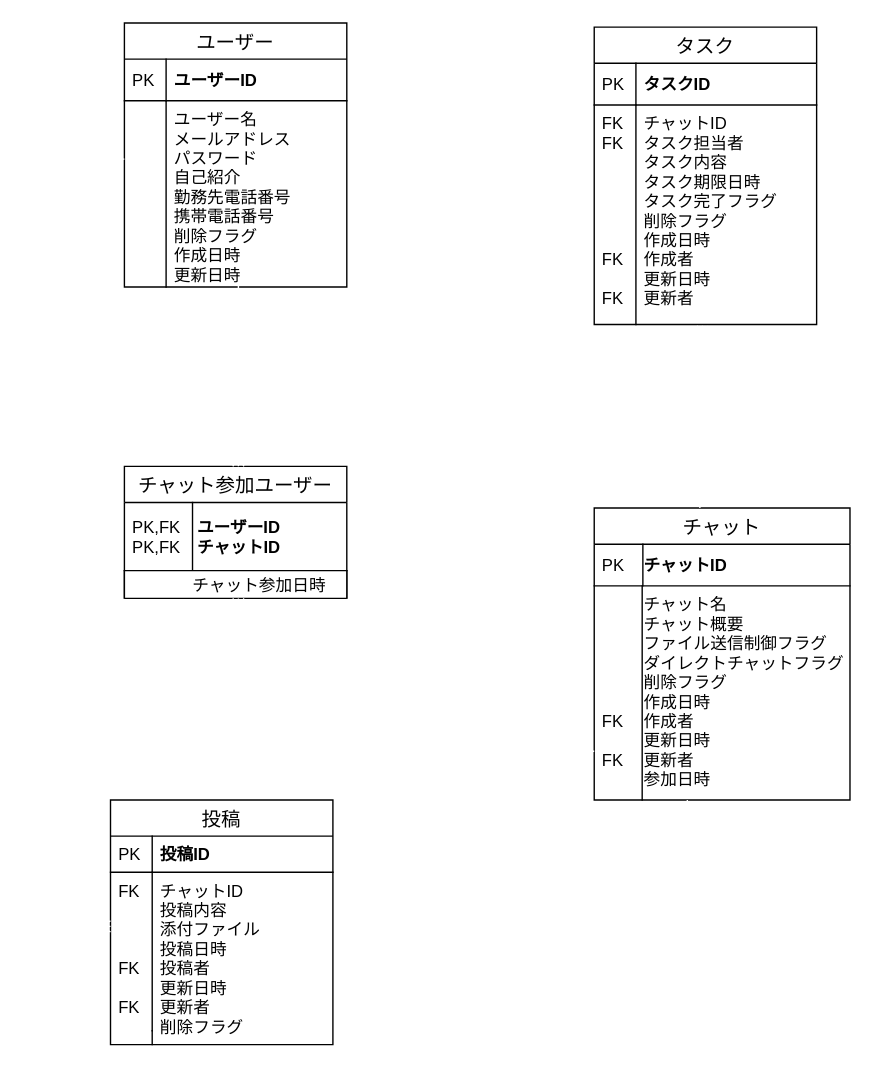
Earlier version of the draw.io diagram db/db-challenge1/db001.drawio (yoyo629/quelcode-db). Source tidied: cells renumbered, new cells numbered last; positions are measured from the earlier drawing's top-left corner, leaving out a move shared by most shapes. Both pictures are drawn from the tidied source at 139%, with x=0, y=0 at pixel (22, 22).
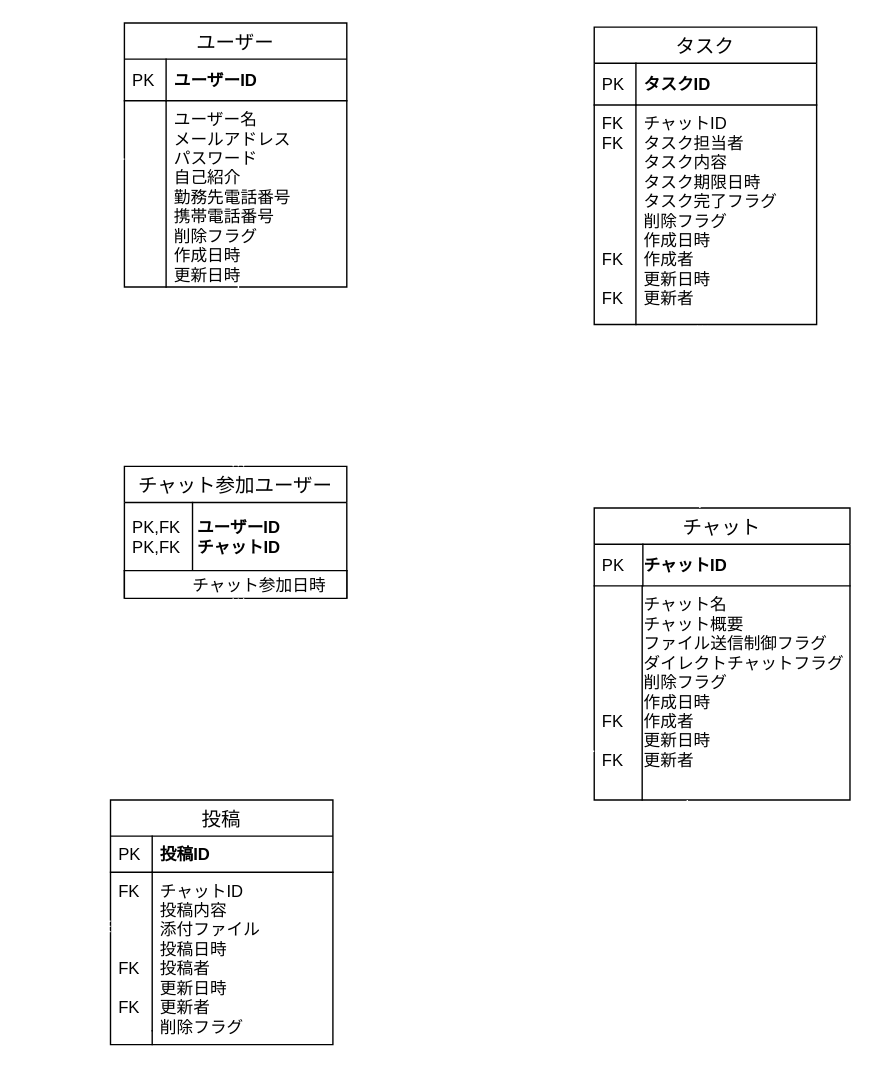
The same diagram, later.

Commit message:
チャットテーブルの不要項目削除

The change refers to these unchanged cells:
```xml
<mxCell id="13" value="チャット" style="swimlane;fontStyle=0;horizontal=1;startSize=26;align=center;fontSize=14;" parent="1" vertex="1">
  <mxGeometry x="411" y="349" width="184" height="210" as="geometry" />
</mxCell>
```

The edit, as a diff of the source:
```diff
@@
-    <mxCell id="16" value="チャット名&#10;チャット概要&#10;ファイル送信制御フラグ&#10;ダイレクトチャットフラグ&#10;削除フラグ&#10;作成日時&#10;作成者&#10;更新日時&#10;更新者&#10;参加日時" style="shape=partialRectangle;top=0;left=0;right=0;bottom=0;align=left;verticalAlign=top;fillColor=none;spacingLeft=34;spacingRight=4;overflow=hidden;points=[[0,0.5],[1,0.5]];portConstraint=eastwest;fontSize=12;" parent="13" vertex="1">
+    <mxCell id="16" value="チャット名&#10;チャット概要&#10;ファイル送信制御フラグ&#10;ダイレクトチャットフラグ&#10;削除フラグ&#10;作成日時&#10;作成者&#10;更新日時&#10;更新者" style="shape=partialRectangle;top=0;left=0;right=0;bottom=0;align=left;verticalAlign=top;fillColor=none;spacingLeft=34;spacingRight=4;overflow=hidden;points=[[0,0.5],[1,0.5]];portConstraint=eastwest;fontSize=12;" parent="13" vertex="1">
       <mxGeometry y="56" width="184" height="154" as="geometry" />
     </mxCell>
```
